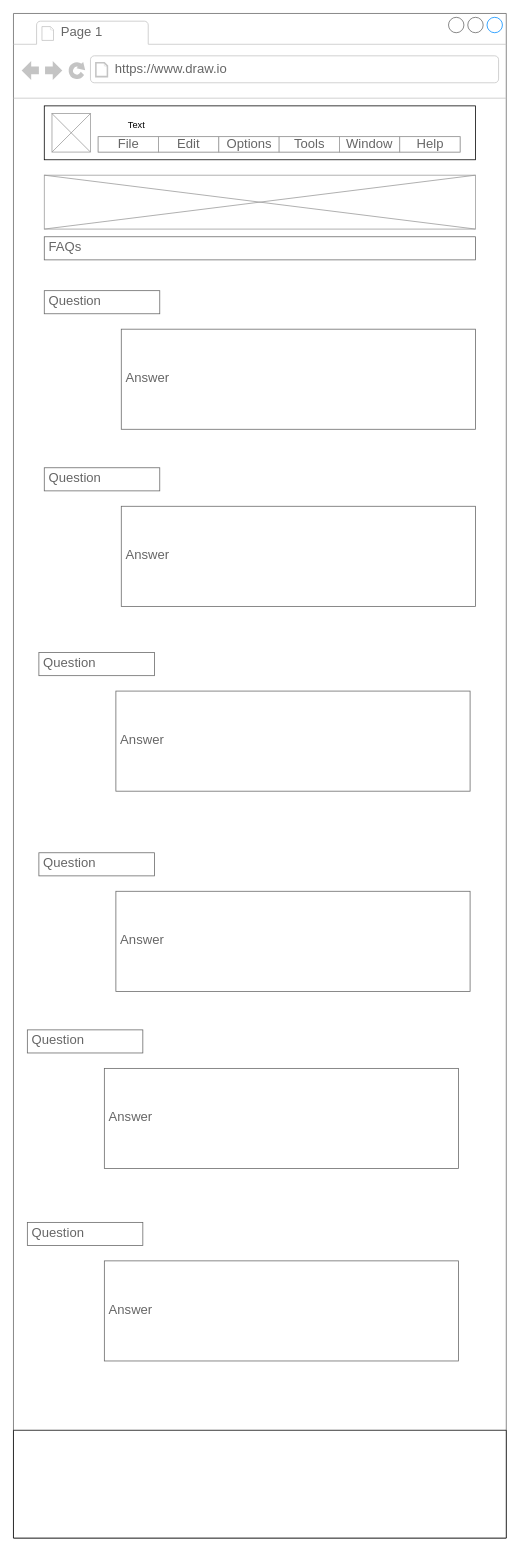
Earlier version of the draw.io diagram faq/FAQ plan.drawio (EllisIl/WDD130). Source tidied: cells renumbered, new cells numbered last; positions are measured from the earlier drawing's top-left corner, leaving out a move shared by most shapes. Both pictures are drawn from the tidied source at 77%, with x=0, y=0 at pixel (13, 13).
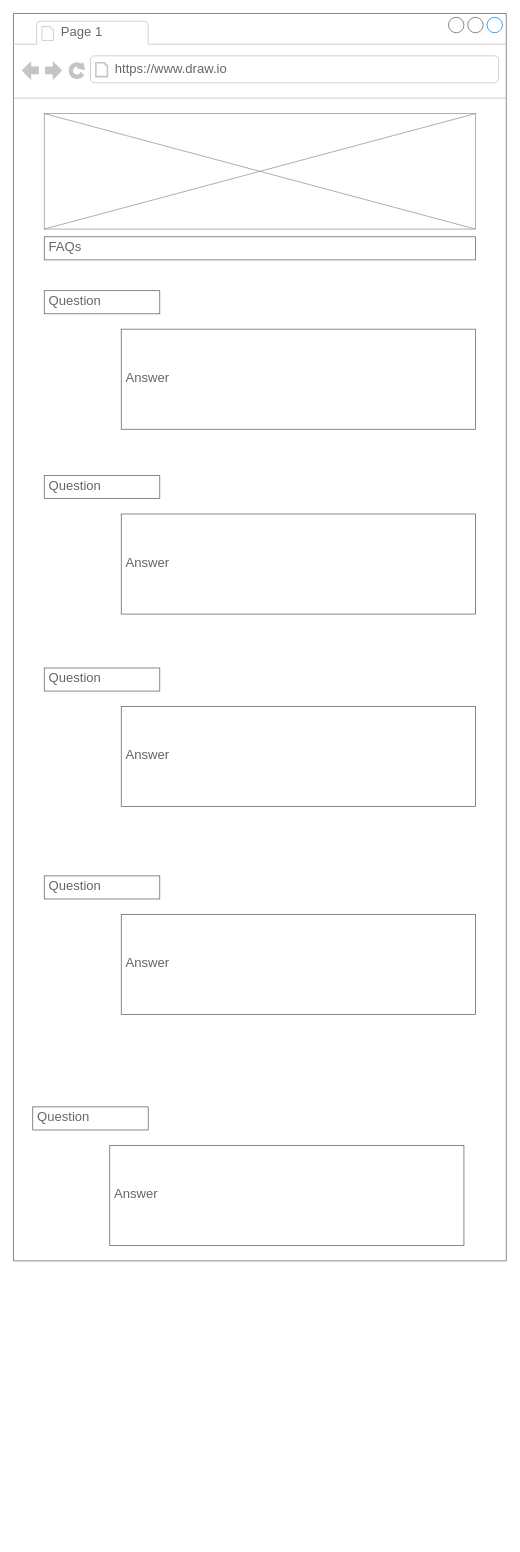
After the change.

Change to the diagram source:
```diff
@@
     <mxCell id="2" style="strokeWidth=1;shadow=0;dashed=0;align=center;html=1;shape=mxgraph.mockup.containers.browserWindow;rSize=0;strokeColor=#666666;strokeColor2=#008cff;strokeColor3=#c4c4c4;mainText=,;" parent="1" vertex="1">
-      <mxGeometry width="640" height="1980" as="geometry" />
+      <mxGeometry width="640" height="1620" as="geometry" />
     </mxCell>
@@
     <mxCell id="5" style="verticalLabelPosition=bottom;shadow=0;dashed=0;align=center;html=1;verticalAlign=top;strokeWidth=1;shape=mxgraph.mockup.graphics.simpleIcon;strokeColor=#999999;" parent="2" vertex="1">
-      <mxGeometry x="40" y="210" width="560" height="70" as="geometry" />
+      <mxGeometry x="40" y="130" width="560" height="150" as="geometry" />
     </mxCell>
@@
     <mxCell id="9" value="Question" style="strokeWidth=1;shadow=0;dashed=0;align=center;html=1;shape=mxgraph.mockup.text.textBox;fontColor=#666666;align=left;fontSize=17;spacingLeft=4;spacingTop=-3;strokeColor=#666666;mainText=;" parent="2" vertex="1">
-      <mxGeometry x="40" y="590" width="150" height="30" as="geometry" />
+      <mxGeometry x="40" y="600" width="150" height="30" as="geometry" />
     </mxCell>
     <mxCell id="10" value="Answer" style="strokeWidth=1;shadow=0;dashed=0;align=center;html=1;shape=mxgraph.mockup.text.textBox;fontColor=#666666;align=left;fontSize=17;spacingLeft=4;spacingTop=-3;strokeColor=#666666;mainText=;" parent="2" vertex="1">
-      <mxGeometry x="140" y="640" width="460" height="130" as="geometry" />
+      <mxGeometry x="140" y="650" width="460" height="130" as="geometry" />
     </mxCell>
     <mxCell id="11" value="Question" style="strokeWidth=1;shadow=0;dashed=0;align=center;html=1;shape=mxgraph.mockup.text.textBox;fontColor=#666666;align=left;fontSize=17;spacingLeft=4;spacingTop=-3;strokeColor=#666666;mainText=;" parent="2" vertex="1">
-      <mxGeometry x="33" y="830" width="150" height="30" as="geometry" />
+      <mxGeometry x="40" y="850" width="150" height="30" as="geometry" />
     </mxCell>
     <mxCell id="12" value="Answer" style="strokeWidth=1;shadow=0;dashed=0;align=center;html=1;shape=mxgraph.mockup.text.textBox;fontColor=#666666;align=left;fontSize=17;spacingLeft=4;spacingTop=-3;strokeColor=#666666;mainText=;" parent="2" vertex="1">
-      <mxGeometry x="133" y="880" width="460" height="130" as="geometry" />
+      <mxGeometry x="140" y="900" width="460" height="130" as="geometry" />
     </mxCell>
     <mxCell id="13" value="Question" style="strokeWidth=1;shadow=0;dashed=0;align=center;html=1;shape=mxgraph.mockup.text.textBox;fontColor=#666666;align=left;fontSize=17;spacingLeft=4;spacingTop=-3;strokeColor=#666666;mainText=;" parent="2" vertex="1">
-      <mxGeometry x="33" y="1090" width="150" height="30" as="geometry" />
+      <mxGeometry x="40" y="1120" width="150" height="30" as="geometry" />
     </mxCell>
     <mxCell id="14" value="Answer" style="strokeWidth=1;shadow=0;dashed=0;align=center;html=1;shape=mxgraph.mockup.text.textBox;fontColor=#666666;align=left;fontSize=17;spacingLeft=4;spacingTop=-3;strokeColor=#666666;mainText=;" parent="2" vertex="1">
-      <mxGeometry x="133" y="1140" width="460" height="130" as="geometry" />
+      <mxGeometry x="140" y="1170" width="460" height="130" as="geometry" />
     </mxCell>
     <mxCell id="15" value="Question" style="strokeWidth=1;shadow=0;dashed=0;align=center;html=1;shape=mxgraph.mockup.text.textBox;fontColor=#666666;align=left;fontSize=17;spacingLeft=4;spacingTop=-3;strokeColor=#666666;mainText=;" parent="2" vertex="1">
-      <mxGeometry x="18" y="1320" width="150" height="30" as="geometry" />
+      <mxGeometry x="25" y="1420" width="150" height="30" as="geometry" />
     </mxCell>
     <mxCell id="16" value="Answer" style="strokeWidth=1;shadow=0;dashed=0;align=center;html=1;shape=mxgraph.mockup.text.textBox;fontColor=#666666;align=left;fontSize=17;spacingLeft=4;spacingTop=-3;strokeColor=#666666;mainText=;" parent="2" vertex="1">
-      <mxGeometry x="118" y="1370" width="460" height="130" as="geometry" />
+      <mxGeometry x="125" y="1470" width="460" height="130" as="geometry" />
     </mxCell>
-    <mxCell id="17" value="Question" style="strokeWidth=1;shadow=0;dashed=0;align=center;html=1;shape=mxgraph.mockup.text.textBox;fontColor=#666666;align=left;fontSize=17;spacingLeft=4;spacingTop=-3;strokeColor=#666666;mainText=;" parent="2" vertex="1">
-      <mxGeometry x="18" y="1570" width="150" height="30" as="geometry" />
-    </mxCell>
-    <mxCell id="18" value="Answer" style="strokeWidth=1;shadow=0;dashed=0;align=center;html=1;shape=mxgraph.mockup.text.textBox;fontColor=#666666;align=left;fontSize=17;spacingLeft=4;spacingTop=-3;strokeColor=#666666;mainText=;" parent="2" vertex="1">
-      <mxGeometry x="118" y="1620" width="460" height="130" as="geometry" />
-    </mxCell>
-    <mxCell id="19" style="rounded=0;whiteSpace=wrap;html=1;" parent="2" vertex="1">
-      <mxGeometry x="40" y="120" width="560" height="70" as="geometry" />
-    </mxCell>
-    <mxCell id="20" value="Text" style="text;html=1;strokeColor=none;fillColor=none;align=center;verticalAlign=middle;whiteSpace=wrap;rounded=0;" parent="2" vertex="1">
-      <mxGeometry x="110" y="130" width="100" height="30" as="geometry" />
-    </mxCell>
-    <mxCell id="21" style="verticalLabelPosition=bottom;shadow=0;dashed=0;align=center;html=1;verticalAlign=top;strokeWidth=1;shape=mxgraph.mockup.graphics.simpleIcon;strokeColor=#999999;" parent="2" vertex="1">
-      <mxGeometry x="50" y="130" width="50" height="50" as="geometry" />
-    </mxCell>
-    <mxCell id="22" style="strokeWidth=1;shadow=0;dashed=0;align=center;html=1;shape=mxgraph.mockup.forms.rrect;rSize=0;strokeColor=#999999;" parent="2" vertex="1">
-      <mxGeometry x="110" y="160" width="470" height="20" as="geometry" />
-    </mxCell>
-    <mxCell id="23" value="File" style="strokeColor=inherit;fillColor=inherit;gradientColor=inherit;strokeWidth=1;shadow=0;dashed=0;align=center;html=1;shape=mxgraph.mockup.forms.rrect;rSize=0;fontSize=17;fontColor=#666666;" parent="22" vertex="1">
-      <mxGeometry width="78.3" height="20" as="geometry" />
-    </mxCell>
-    <mxCell id="24" value="Edit" style="strokeColor=inherit;fillColor=inherit;gradientColor=inherit;strokeWidth=1;shadow=0;dashed=0;align=center;html=1;shape=mxgraph.mockup.forms.rrect;rSize=0;fontSize=17;fontColor=#666666;" parent="22" vertex="1">
-      <mxGeometry x="78.3" width="78.3" height="20" as="geometry" />
-    </mxCell>
-    <mxCell id="25" value="Options" style="strokeColor=inherit;fillColor=inherit;gradientColor=inherit;strokeWidth=1;shadow=0;dashed=0;align=center;html=1;shape=mxgraph.mockup.forms.rrect;rSize=0;fontSize=17;fontColor=#666666;" parent="22" vertex="1">
-      <mxGeometry x="156.7" width="78.3" height="20" as="geometry" />
-    </mxCell>
-    <mxCell id="26" value="Tools" style="strokeColor=inherit;fillColor=inherit;gradientColor=inherit;strokeWidth=1;shadow=0;dashed=0;align=center;html=1;shape=mxgraph.mockup.forms.rrect;rSize=0;fontSize=17;fontColor=#666666;" parent="22" vertex="1">
-      <mxGeometry x="235" width="78.3" height="20" as="geometry" />
-    </mxCell>
-    <mxCell id="27" value="Window" style="strokeColor=inherit;fillColor=inherit;gradientColor=inherit;strokeWidth=1;shadow=0;dashed=0;align=center;html=1;shape=mxgraph.mockup.forms.rrect;rSize=0;fontSize=17;fontColor=#666666;" parent="22" vertex="1">
-      <mxGeometry x="313.3" width="78.3" height="20" as="geometry" />
-    </mxCell>
-    <mxCell id="28" value="Help" style="strokeColor=inherit;fillColor=inherit;gradientColor=inherit;strokeWidth=1;shadow=0;dashed=0;align=center;html=1;shape=mxgraph.mockup.forms.rrect;rSize=0;fontSize=17;fontColor=#666666;" parent="22" vertex="1">
-      <mxGeometry x="391.7" width="78.3" height="20" as="geometry" />
-    </mxCell>
-    <mxCell id="29" style="verticalLabelPosition=bottom;verticalAlign=top;html=1;shape=mxgraph.basic.rect;fillColor2=none;strokeWidth=1;size=70;indent=100;" parent="2" vertex="1">
-      <mxGeometry y="1840" width="640" height="140" as="geometry" />
-    </mxCell>
```
